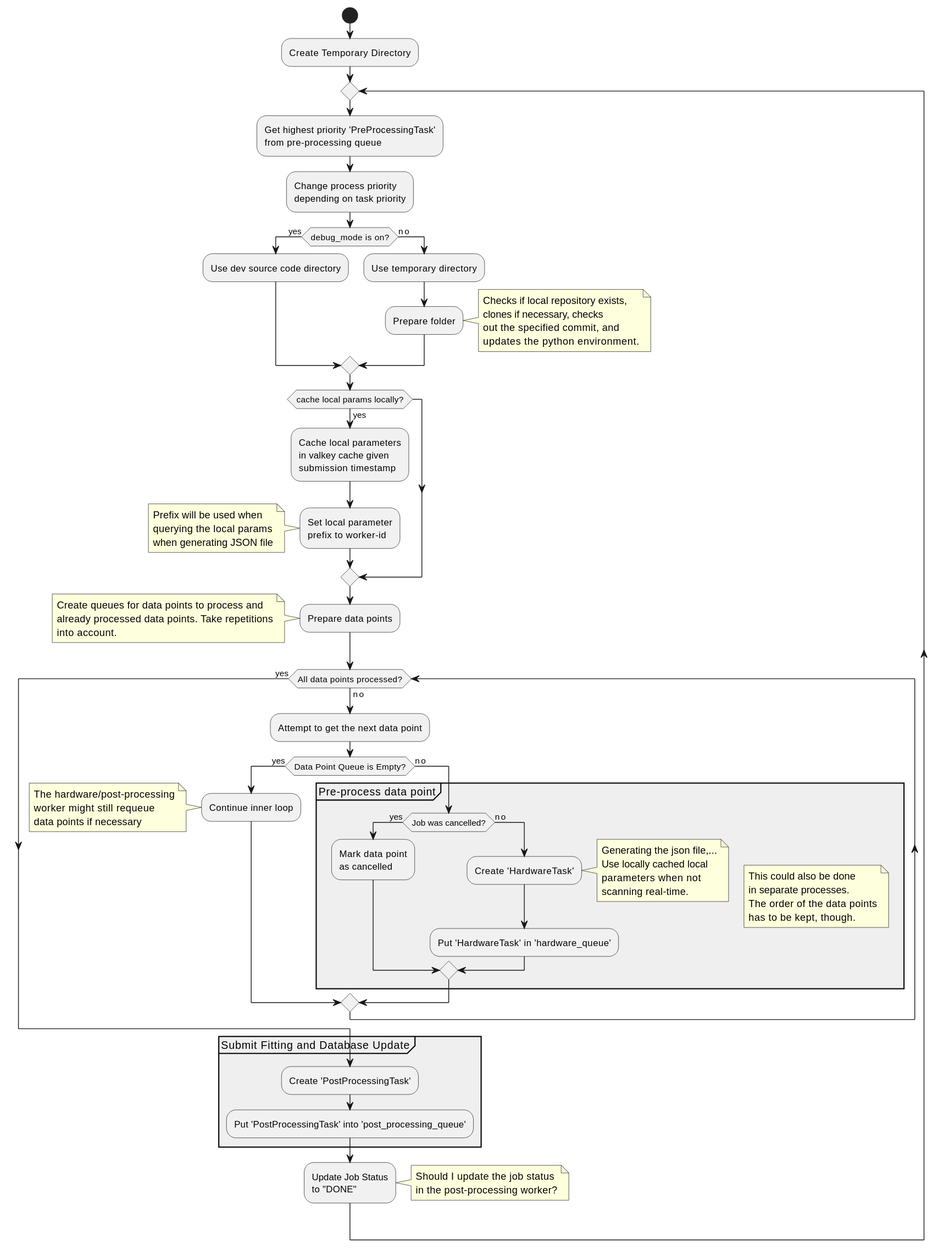
Earlier version of the PlantUML export docs/plantuml_diagrams/pre_processing_worker.svg (tiqi-group/icon).
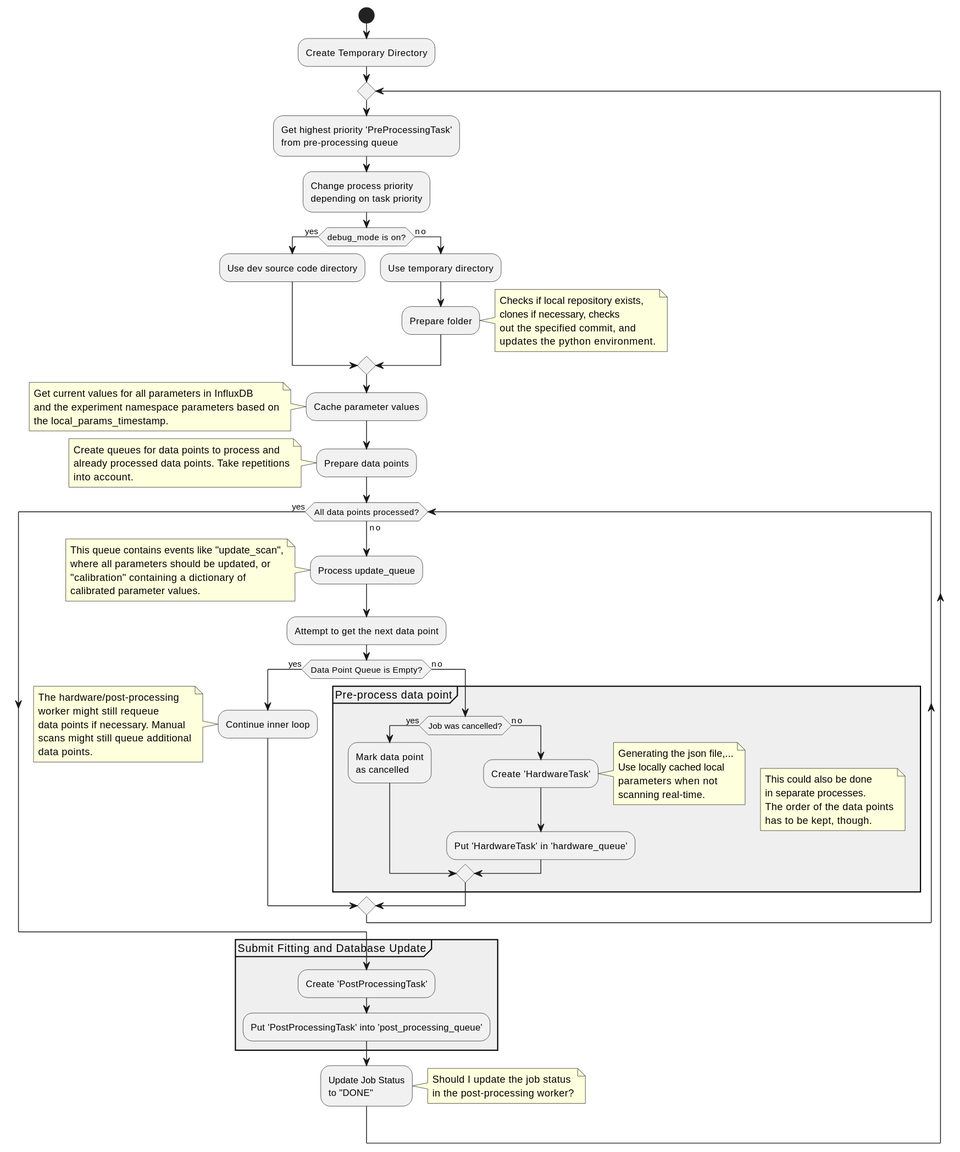
Above is the later version.

Commit message:
docs: updates hardware and pre-processing worker diagrams

Diff of the diagram source:
```diff
@@ -18,18 +18,12 @@
             updates the python environment.
         end note
     endif
-    if (cache local params locally?) then (yes)
-        :Cache local parameters
-        in valkey cache given
-        submission timestamp;
-        :Set local parameter
-        prefix to worker-id;
-        note
-            Prefix will be used when
-            querying the local params
-            when generating JSON file
-        end note
-    endif
+    :Cache parameter values;
+    note
+        Get current values for all parameters in InfluxDB
+        and the experiment namespace parameters based on
+        the local_params_timestamp.
+    end note
     :Prepare data points;
     note
         Create queues for data points to process and
@@ -37,13 +31,22 @@
         into account.
     end note
     while (All data points processed?) is (no)
+        :Process update_queue;
+        note left
+            This queue contains events like "update_scan",
+            where all parameters should be updated, or
+            "calibration" containing a dictionary of
+            calibrated parameter values.
+        end note
         :Attempt to get the next data point;
         if (Data Point Queue is Empty?) then (yes)
             :Continue inner loop;
             note left
                 The hardware/post-processing
                 worker might still requeue
-                data points if necessary
+                data points if necessary. Manual
+                scans might still queue additional
+                data points.
             end note
         else (no)
             partition #00000010 Pre-process data point{
```
